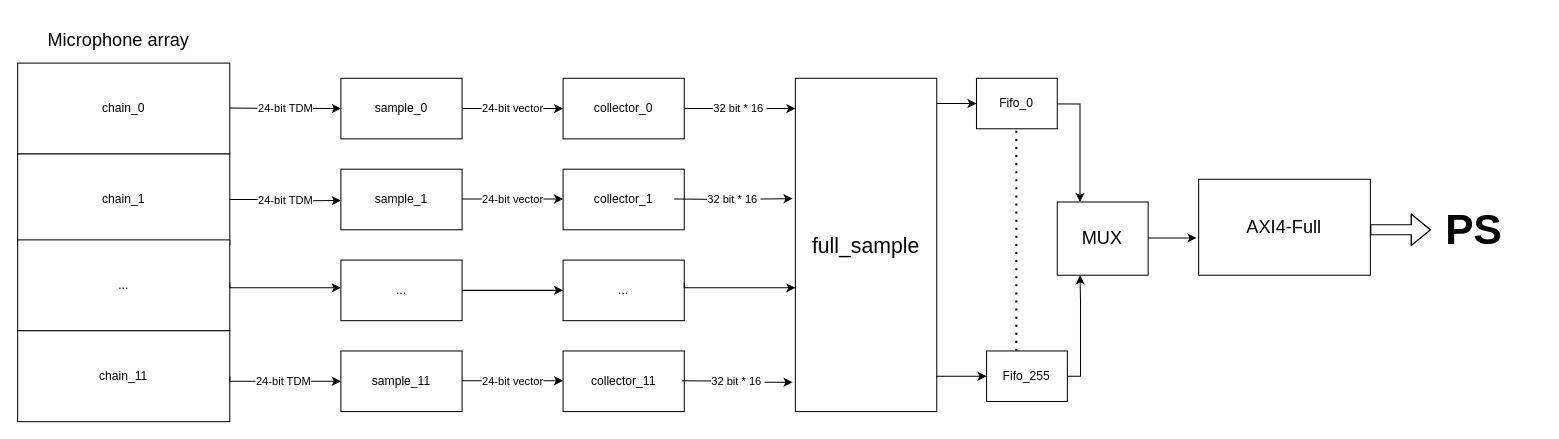
Earlier version of the draw.io diagram doc/diagrams/full_diagram_axi_full_simple.drawio (acoustic-warfare/FPGA-sampling). Source tidied: cells renumbered, new cells numbered last; positions are measured from the earlier drawing's top-left corner, leaving out a move shared by most shapes. Both pictures are drawn from the tidied source at 101%, with x=0, y=0 at pixel (17, 17).
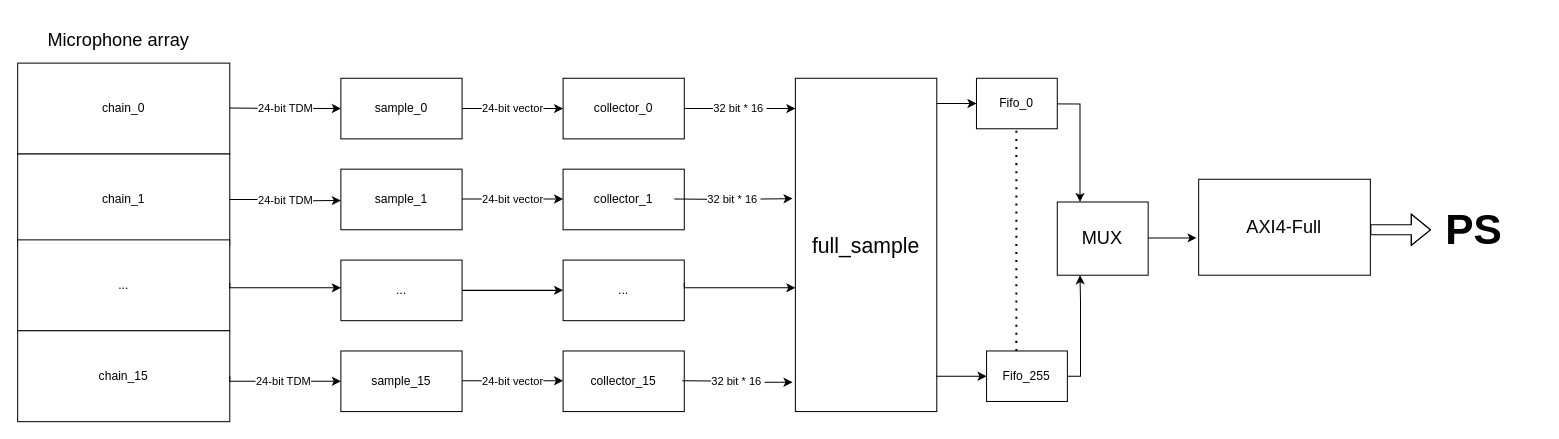
After the change.

The edit, as a diff of the source:
```diff
@@
-    <mxCell id="7" value="sample_11" style="rounded=0;whiteSpace=wrap;html=1;" parent="1" vertex="1">
+    <mxCell id="7" value="sample_15" style="rounded=0;whiteSpace=wrap;html=1;" parent="1" vertex="1">
       <mxGeometry x="320" y="330" width="120" height="60" as="geometry" />
     </mxCell>
@@
-    <mxCell id="12" value="collector_11" style="rounded=0;whiteSpace=wrap;html=1;" parent="1" vertex="1">
+    <mxCell id="12" value="collector_15" style="rounded=0;whiteSpace=wrap;html=1;" parent="1" vertex="1">
       <mxGeometry x="540" y="330" width="120" height="60" as="geometry" />
     </mxCell>
@@
-    <mxCell id="21" value="chain_11" style="rounded=0;whiteSpace=wrap;html=1;" parent="1" vertex="1">
+    <mxCell id="21" value="chain_15" style="rounded=0;whiteSpace=wrap;html=1;" parent="1" vertex="1">
       <mxGeometry y="310" width="210" height="90" as="geometry" />
     </mxCell>
```
